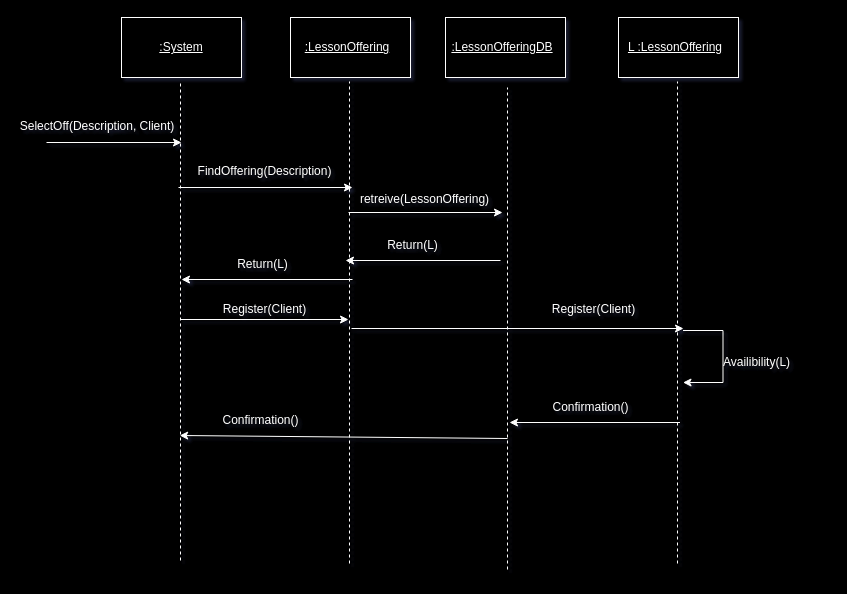
The draw.io diagram ss_SelectOffering.drawio in matdavid7272/342project, before the edit. Source tidied: cells renumbered, new cells numbered last; positions are measured from the earlier drawing's top-left corner, leaving out a move shared by most shapes. Both pictures are drawn from the tidied source at 100%, with x=0, y=0 at pixel (17, 17).
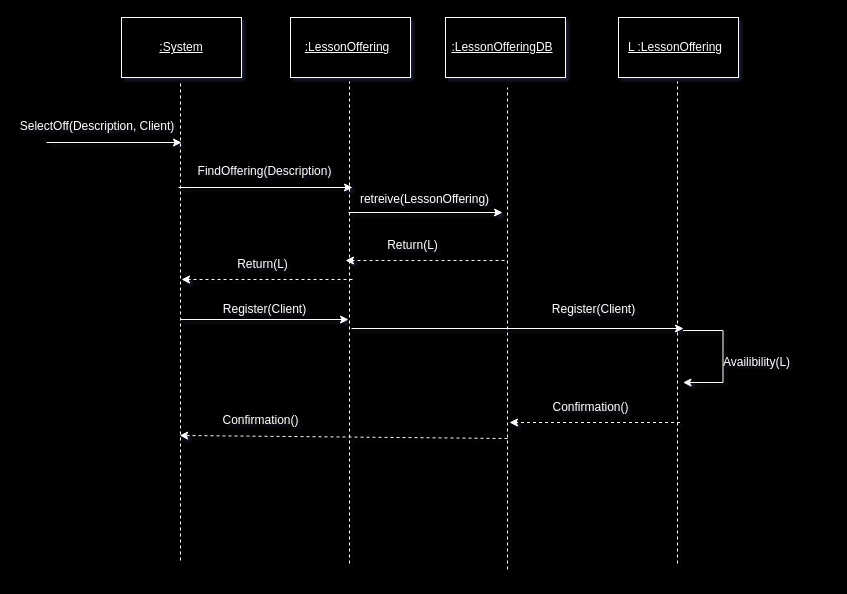
Above is the later version.

The change refers to these unchanged cells:
```xml
<mxCell id="19" value="&lt;font color=&quot;#ffffff&quot;&gt;Return(L)&lt;/font&gt;" style="text;html=1;align=center;verticalAlign=middle;whiteSpace=wrap;rounded=0;" parent="1" vertex="1">
  <mxGeometry x="328" y="213" width="135" height="30" as="geometry" />
</mxCell>
```

The edit, as a diff of the source:
```diff
@@
-    <mxCell id="18" style="endArrow=classic;html=1;rounded=0;strokeColor=#FFFFFF;entryX=0;entryY=1;entryDx=0;entryDy=0;" parent="1" edge="1" target="19">
+    <mxCell id="18" style="endArrow=classic;html=1;rounded=0;strokeColor=#FFFFFF;entryX=0;entryY=1;entryDx=0;entryDy=0;dashed=1;" parent="1" edge="1" target="19">
       <mxGeometry relative="1" as="geometry">
-        <mxPoint x="483" y="243" as="sourcePoint" />
+        <mxPoint x="487" y="243" as="sourcePoint" />
       </mxGeometry>
     </mxCell>
@@
-    <mxCell id="22" style="endArrow=classic;html=1;rounded=0;strokeColor=#FFFFFF;" parent="1" edge="1">
+    <mxCell id="22" style="endArrow=classic;html=1;rounded=0;strokeColor=#FFFFFF;dashed=1;" parent="1" edge="1">
       <mxGeometry relative="1" as="geometry">
         <mxPoint x="662.5" y="405" as="sourcePoint" />
         <mxPoint x="492" y="405" as="targetPoint" />
       </mxGeometry>
     </mxCell>
@@
-    <mxCell id="24" style="endArrow=classic;html=1;rounded=0;strokeColor=#FFFFFF;" parent="1" edge="1">
+    <mxCell id="24" style="endArrow=classic;html=1;rounded=0;strokeColor=#FFFFFF;dashed=1;" parent="1" edge="1">
       <mxGeometry relative="1" as="geometry">
         <mxPoint x="335" y="262" as="sourcePoint" />
         <mxPoint x="164" y="262" as="targetPoint" />
       </mxGeometry>
     </mxCell>
@@
-    <mxCell id="33" style="endArrow=classic;html=1;rounded=0;strokeColor=#FFFFFF;" parent="1" edge="1">
+    <mxCell id="33" style="endArrow=classic;html=1;rounded=0;strokeColor=#FFFFFF;dashed=1;" parent="1" edge="1">
       <mxGeometry relative="1" as="geometry">
         <mxPoint x="490" y="421" as="sourcePoint" />
         <mxPoint x="162.2" y="418" as="targetPoint" />
       </mxGeometry>
     </mxCell>
```
